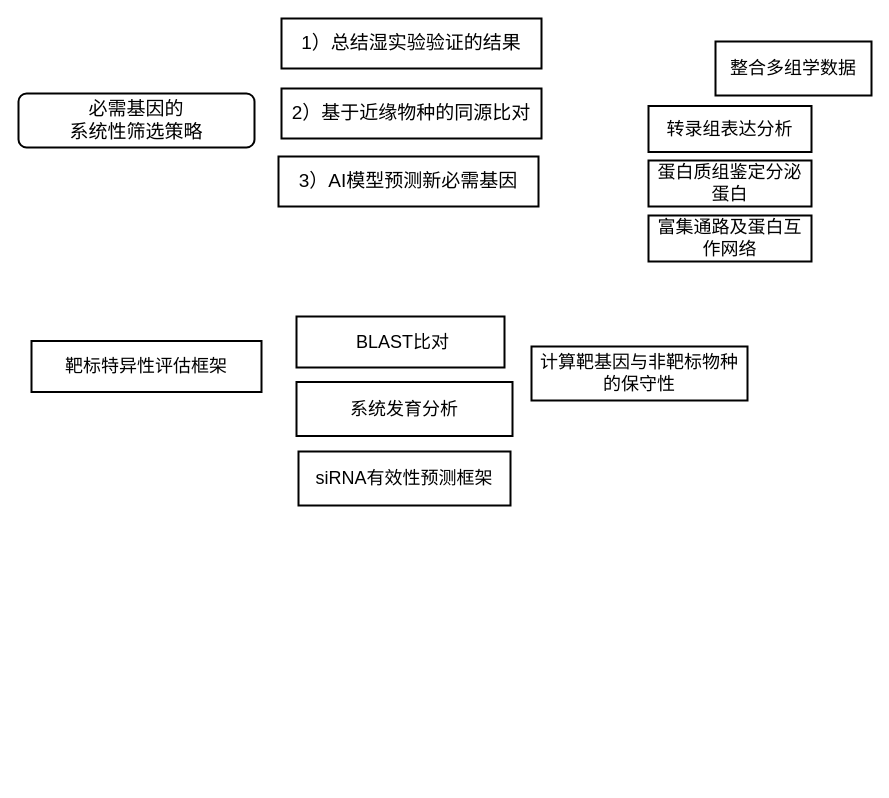
hjanime/101 keeps this draw.io diagram as page "第 1 页" (2 of 17) of 未命名绘图.drawio. Above is the earlier version. Source tidied: cells renumbered, new cells numbered last; positions are measured from the earlier drawing's top-left corner, leaving out a move shared by most shapes. Both pictures are drawn from the tidied source at 100%, with x=0, y=0 at pixel (18, 18).
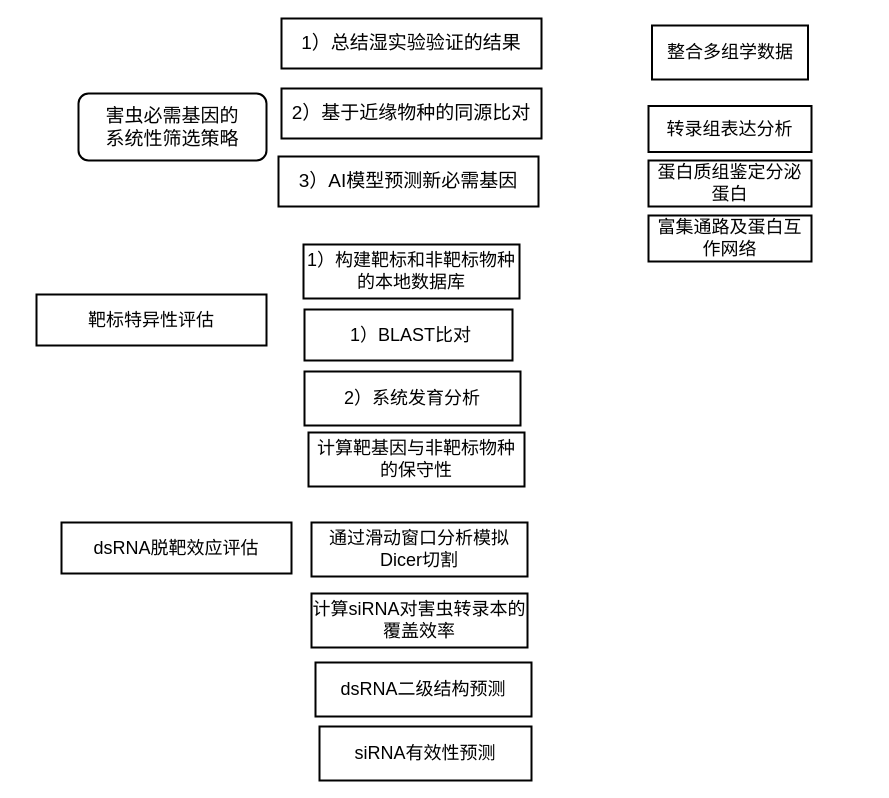
After the change.

Commit message (it also covers changes not shown here):
更新未命名绘图.drawio

What changed in the source:
```diff
@@
 <mxGraphModel>
   <root>
     <mxCell id="0" />
     <mxCell id="1" parent="0" />
-    <mxCell id="2" value="必需基因的&#10;系统性筛选策略" style="whiteSpace=wrap;strokeWidth=2;fontSize=19;rounded=1;" parent="1" vertex="1">
-      <mxGeometry y="75" width="236" height="54" as="geometry" />
+    <mxCell id="2" value="害虫必需基因的&#10;系统性筛选策略" style="whiteSpace=wrap;strokeWidth=2;fontSize=19;rounded=1;" parent="1" vertex="1">
+      <mxGeometry x="60" y="75" width="188" height="67" as="geometry" />
     </mxCell>
     <mxCell id="3" value="整合多组学数据" style="whiteSpace=wrap;strokeWidth=2;fontSize=18;" parent="1" vertex="1">
-      <mxGeometry x="697" y="23" width="156" height="54" as="geometry" />
+      <mxGeometry x="633.5" y="7" width="156" height="54" as="geometry" />
     </mxCell>
     <mxCell id="4" value="2）基于近缘物种的同源比对" style="whiteSpace=wrap;strokeWidth=2;fontSize=19;" parent="1" vertex="1">
       <mxGeometry x="263" y="70" width="260" height="50" as="geometry" />
     </mxCell>
     <mxCell id="5" value="3）AI模型预测新必需基因" style="whiteSpace=wrap;strokeWidth=2;fontSize=19;" parent="1" vertex="1">
       <mxGeometry x="260" y="138" width="260" height="50" as="geometry" />
     </mxCell>
     <mxCell id="6" value="转录组表达分析" style="whiteSpace=wrap;strokeWidth=2;fontSize=18;" parent="1" vertex="1">
       <mxGeometry x="630" y="87.5" width="163" height="46" as="geometry" />
     </mxCell>
-    <mxCell id="7" value=" BLAST比对" style="whiteSpace=wrap;strokeWidth=2;fontSize=18;" parent="1" vertex="1">
-      <mxGeometry x="278" y="298" width="208" height="51" as="geometry" />
+    <mxCell id="7" value=" 1）BLAST比对" style="whiteSpace=wrap;strokeWidth=2;fontSize=18;" parent="1" vertex="1">
+      <mxGeometry x="286" y="291" width="208" height="51" as="geometry" />
     </mxCell>
-    <mxCell id="8" value="系统发育分析" style="whiteSpace=wrap;strokeWidth=2;fontSize=18;" parent="1" vertex="1">
-      <mxGeometry x="278" y="363.5" width="216" height="54" as="geometry" />
+    <mxCell id="8" value="2）系统发育分析" style="whiteSpace=wrap;strokeWidth=2;fontSize=18;" parent="1" vertex="1">
+      <mxGeometry x="286" y="353" width="216" height="54" as="geometry" />
     </mxCell>
-    <mxCell id="9" value="siRNA有效性预测框架" style="whiteSpace=wrap;strokeWidth=2;fontSize=18;" parent="1" vertex="1">
-      <mxGeometry x="280" y="433" width="212" height="54" as="geometry" />
+    <mxCell id="9" value="siRNA有效性预测" style="whiteSpace=wrap;strokeWidth=2;fontSize=18;" parent="1" vertex="1">
+      <mxGeometry x="301" y="708" width="212" height="54" as="geometry" />
     </mxCell>
     <mxCell id="10" value="1）总结湿实验验证的结果" style="whiteSpace=wrap;strokeWidth=2;fontSize=19;" parent="1" vertex="1">
       <mxGeometry x="263" width="260" height="50" as="geometry" />
     </mxCell>
     <mxCell id="11" value="富集通路及蛋白互作网络" style="whiteSpace=wrap;strokeWidth=2;fontSize=18;" parent="1" vertex="1">
       <mxGeometry x="630" y="197" width="163" height="46" as="geometry" />
     </mxCell>
     <mxCell id="12" value="蛋白质组鉴定分泌蛋白" style="whiteSpace=wrap;strokeWidth=2;fontSize=18;" parent="1" vertex="1">
       <mxGeometry x="630" y="142" width="163" height="46" as="geometry" />
     </mxCell>
-    <mxCell id="13" value="靶标特异性评估框架" style="whiteSpace=wrap;strokeWidth=2;fontSize=18;" parent="1" vertex="1">
-      <mxGeometry x="13" y="322.5" width="230" height="51" as="geometry" />
+    <mxCell id="13" value="靶标特异性评估" style="whiteSpace=wrap;strokeWidth=2;fontSize=18;" parent="1" vertex="1">
+      <mxGeometry x="18" y="276" width="230" height="51" as="geometry" />
     </mxCell>
     <mxCell id="14" value="计算靶基因与非靶标物种的保守性" style="whiteSpace=wrap;strokeWidth=2;fontSize=18;" parent="1" vertex="1">
-      <mxGeometry x="513" y="328" width="216" height="54" as="geometry" />
+      <mxGeometry x="290" y="414" width="216" height="54" as="geometry" />
     </mxCell>
+    <mxCell id="15" value="1）构建靶标和非靶标物种的本地数据库" style="whiteSpace=wrap;strokeWidth=2;fontSize=18;" parent="1" vertex="1">
+      <mxGeometry x="285" y="226" width="216" height="54" as="geometry" />
+    </mxCell>
+    <mxCell id="16" value="dsRNA脱靶效应评估" style="whiteSpace=wrap;strokeWidth=2;fontSize=18;" parent="1" vertex="1">
+      <mxGeometry x="43" y="504" width="230" height="51" as="geometry" />
+    </mxCell>
+    <mxCell id="17" value="通过滑动窗口分析模拟Dicer切割" style="whiteSpace=wrap;strokeWidth=2;fontSize=18;" parent="1" vertex="1">
+      <mxGeometry x="293" y="504" width="216" height="54" as="geometry" />
+    </mxCell>
+    <mxCell id="18" value="计算siRNA对害虫转录本的覆盖效率" style="whiteSpace=wrap;strokeWidth=2;fontSize=18;" parent="1" vertex="1">
+      <mxGeometry x="293" y="575" width="216" height="54" as="geometry" />
+    </mxCell>
+    <mxCell id="19" value="dsRNA二级结构预测" style="whiteSpace=wrap;strokeWidth=2;fontSize=18;" parent="1" vertex="1">
+      <mxGeometry x="297" y="644" width="216" height="54" as="geometry" />
+    </mxCell>
   </root>
 </mxGraphModel>
```
